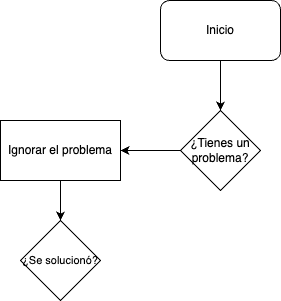
This is 2024_09_03/diagrama_solucion.drawio.png from uhhernadez/programacion-en-ingenieria-2024B, a draw.io export, as it was before one commit. Source tidied: cells renumbered, new cells last; positions are measured from the earlier drawing's top-left corner, leaving out a move shared by most shapes. The source it was exported from:
```xml
<mxGraphModel>
  <root>
    <mxCell id="0" />
    <mxCell id="1" parent="0" />
    <mxCell id="2" style="edgeStyle=none;html=1;exitX=0.5;exitY=1;exitDx=0;exitDy=0;entryX=0.5;entryY=0;entryDx=0;entryDy=0;" parent="1" edge="1" source="3" target="5">
      <mxGeometry relative="1" as="geometry" />
    </mxCell>
    <mxCell id="3" value="Inicio" style="rounded=1;whiteSpace=wrap;html=1;" parent="1" vertex="1">
      <mxGeometry x="160" width="120" height="60" as="geometry" />
    </mxCell>
    <mxCell id="4" style="edgeStyle=none;html=1;" parent="1" edge="1" source="5" target="7">
      <mxGeometry relative="1" as="geometry" />
    </mxCell>
    <mxCell id="5" value="¿Tienes un problema?" style="rhombus;whiteSpace=wrap;html=1;" parent="1" vertex="1">
      <mxGeometry x="180" y="110" width="80" height="80" as="geometry" />
    </mxCell>
    <mxCell id="6" style="edgeStyle=none;shape=connector;rounded=1;html=1;exitX=0.5;exitY=1;exitDx=0;exitDy=0;entryX=0.5;entryY=0;entryDx=0;entryDy=0;labelBackgroundColor=default;strokeColor=default;fontFamily=Helvetica;fontSize=11;fontColor=default;endArrow=classic;" parent="1" edge="1" source="7" target="8">
      <mxGeometry relative="1" as="geometry" />
    </mxCell>
    <mxCell id="7" value="Ignorar el problema" style="whiteSpace=wrap;html=1;" parent="1" vertex="1">
      <mxGeometry y="120" width="120" height="60" as="geometry" />
    </mxCell>
    <mxCell id="8" value="¿Se solucionó?" style="rhombus;whiteSpace=wrap;html=1;fontFamily=Helvetica;fontSize=11;fontColor=default;" parent="1" vertex="1">
      <mxGeometry x="20" y="220" width="80" height="80" as="geometry" />
    </mxCell>
  </root>
</mxGraphModel>
```
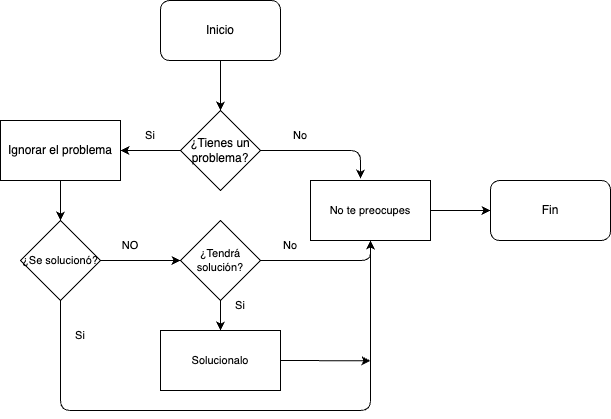
After the commit.

What changed in the source:
```diff
@@ -11,6 +11,13 @@
     <mxCell id="4" style="edgeStyle=none;html=1;" parent="1" edge="1" source="5" target="7">
       <mxGeometry relative="1" as="geometry" />
     </mxCell>
+    <mxCell id="9" style="edgeStyle=none;shape=connector;rounded=1;html=1;exitX=1;exitY=0.5;exitDx=0;exitDy=0;labelBackgroundColor=default;strokeColor=default;fontFamily=Helvetica;fontSize=11;fontColor=default;endArrow=classic;entryX=0.417;entryY=-0.031;entryDx=0;entryDy=0;entryPerimeter=0;" parent="1" edge="1" source="5" target="18">
+      <mxGeometry relative="1" as="geometry">
+        <Array as="points">
+          <mxPoint x="360" y="150" />
+        </Array>
+      </mxGeometry>
+    </mxCell>
     <mxCell id="5" value="¿Tienes un problema?" style="rhombus;whiteSpace=wrap;html=1;" parent="1" vertex="1">
       <mxGeometry x="180" y="110" width="80" height="80" as="geometry" />
     </mxCell>
@@ -20,8 +27,67 @@
     <mxCell id="7" value="Ignorar el problema" style="whiteSpace=wrap;html=1;" parent="1" vertex="1">
       <mxGeometry y="120" width="120" height="60" as="geometry" />
     </mxCell>
+    <mxCell id="10" style="edgeStyle=none;shape=connector;rounded=1;html=1;exitX=1;exitY=0.5;exitDx=0;exitDy=0;entryX=0;entryY=0.5;entryDx=0;entryDy=0;labelBackgroundColor=default;strokeColor=default;fontFamily=Helvetica;fontSize=11;fontColor=default;endArrow=classic;" parent="1" edge="1" source="8" target="15">
+      <mxGeometry relative="1" as="geometry" />
+    </mxCell>
+    <mxCell id="11" style="edgeStyle=none;shape=connector;rounded=1;html=1;exitX=0.5;exitY=1;exitDx=0;exitDy=0;entryX=0.5;entryY=1;entryDx=0;entryDy=0;labelBackgroundColor=default;strokeColor=default;fontFamily=Helvetica;fontSize=11;fontColor=default;endArrow=classic;" parent="1" edge="1" source="8" target="18">
+      <mxGeometry relative="1" as="geometry">
+        <Array as="points">
+          <mxPoint x="60" y="410" />
+          <mxPoint x="370" y="410" />
+        </Array>
+      </mxGeometry>
+    </mxCell>
     <mxCell id="8" value="¿Se solucionó?" style="rhombus;whiteSpace=wrap;html=1;fontFamily=Helvetica;fontSize=11;fontColor=default;" parent="1" vertex="1">
       <mxGeometry x="20" y="220" width="80" height="80" as="geometry" />
     </mxCell>
+    <mxCell id="12" value="Si" style="text;html=1;strokeColor=none;fillColor=none;align=center;verticalAlign=middle;whiteSpace=wrap;rounded=0;fontFamily=Helvetica;fontSize=11;fontColor=default;" parent="1" vertex="1">
+      <mxGeometry x="120" y="120" width="60" height="30" as="geometry" />
+    </mxCell>
+    <mxCell id="13" style="edgeStyle=none;shape=connector;rounded=1;html=1;exitX=1;exitY=0.5;exitDx=0;exitDy=0;entryX=0.5;entryY=1;entryDx=0;entryDy=0;labelBackgroundColor=default;strokeColor=default;fontFamily=Helvetica;fontSize=11;fontColor=default;endArrow=classic;" parent="1" edge="1" source="15" target="18">
+      <mxGeometry relative="1" as="geometry">
+        <Array as="points">
+          <mxPoint x="370" y="260" />
+        </Array>
+      </mxGeometry>
+    </mxCell>
+    <mxCell id="14" style="edgeStyle=none;shape=connector;rounded=1;html=1;exitX=0.5;exitY=1;exitDx=0;exitDy=0;entryX=0.5;entryY=0;entryDx=0;entryDy=0;labelBackgroundColor=default;strokeColor=default;fontFamily=Helvetica;fontSize=11;fontColor=default;endArrow=classic;" parent="1" edge="1" source="15" target="22">
+      <mxGeometry relative="1" as="geometry" />
+    </mxCell>
+    <mxCell id="15" value="¿Tendrá solución?" style="rhombus;whiteSpace=wrap;html=1;fontFamily=Helvetica;fontSize=11;fontColor=default;" parent="1" vertex="1">
+      <mxGeometry x="180" y="220" width="80" height="80" as="geometry" />
+    </mxCell>
+    <mxCell id="16" value="NO" style="text;html=1;strokeColor=none;fillColor=none;align=center;verticalAlign=middle;whiteSpace=wrap;rounded=0;fontFamily=Helvetica;fontSize=11;fontColor=default;" parent="1" vertex="1">
+      <mxGeometry x="100" y="230" width="60" height="30" as="geometry" />
+    </mxCell>
+    <mxCell id="17" style="edgeStyle=none;shape=connector;rounded=1;html=1;exitX=1;exitY=0.5;exitDx=0;exitDy=0;entryX=0;entryY=0.5;entryDx=0;entryDy=0;labelBackgroundColor=default;strokeColor=default;fontFamily=Helvetica;fontSize=11;fontColor=default;endArrow=classic;" parent="1" edge="1" source="18" target="25">
+      <mxGeometry relative="1" as="geometry" />
+    </mxCell>
+    <mxCell id="18" value="No te preocupes" style="rounded=0;whiteSpace=wrap;html=1;fontFamily=Helvetica;fontSize=11;fontColor=default;" parent="1" vertex="1">
+      <mxGeometry x="310" y="180" width="120" height="60" as="geometry" />
+    </mxCell>
+    <mxCell id="19" value="No" style="text;html=1;strokeColor=none;fillColor=none;align=center;verticalAlign=middle;whiteSpace=wrap;rounded=0;fontFamily=Helvetica;fontSize=11;fontColor=default;" parent="1" vertex="1">
+      <mxGeometry x="270" y="120" width="60" height="30" as="geometry" />
+    </mxCell>
+    <mxCell id="20" value="No" style="text;html=1;strokeColor=none;fillColor=none;align=center;verticalAlign=middle;whiteSpace=wrap;rounded=0;fontFamily=Helvetica;fontSize=11;fontColor=default;" parent="1" vertex="1">
+      <mxGeometry x="260" y="230" width="60" height="30" as="geometry" />
+    </mxCell>
+    <mxCell id="21" style="edgeStyle=none;shape=connector;rounded=1;html=1;exitX=1;exitY=0.5;exitDx=0;exitDy=0;labelBackgroundColor=default;strokeColor=default;fontFamily=Helvetica;fontSize=11;fontColor=default;endArrow=classic;" parent="1" edge="1" source="22">
+      <mxGeometry relative="1" as="geometry">
+        <mxPoint x="370" y="360.3" as="targetPoint" />
+      </mxGeometry>
+    </mxCell>
+    <mxCell id="22" value="Solucionalo" style="rounded=0;whiteSpace=wrap;html=1;fontFamily=Helvetica;fontSize=11;fontColor=default;" parent="1" vertex="1">
+      <mxGeometry x="160" y="330" width="120" height="60" as="geometry" />
+    </mxCell>
+    <mxCell id="23" value="Si" style="text;html=1;strokeColor=none;fillColor=none;align=center;verticalAlign=middle;whiteSpace=wrap;rounded=0;fontFamily=Helvetica;fontSize=11;fontColor=default;" parent="1" vertex="1">
+      <mxGeometry x="50" y="320" width="60" height="30" as="geometry" />
+    </mxCell>
+    <mxCell id="24" value="Si" style="text;html=1;strokeColor=none;fillColor=none;align=center;verticalAlign=middle;whiteSpace=wrap;rounded=0;fontFamily=Helvetica;fontSize=11;fontColor=default;" parent="1" vertex="1">
+      <mxGeometry x="210" y="290" width="60" height="30" as="geometry" />
+    </mxCell>
+    <mxCell id="25" value="Fin" style="rounded=1;whiteSpace=wrap;html=1;" parent="1" vertex="1">
+      <mxGeometry x="490" y="180" width="120" height="60" as="geometry" />
+    </mxCell>
   </root>
 </mxGraphModel>
```
